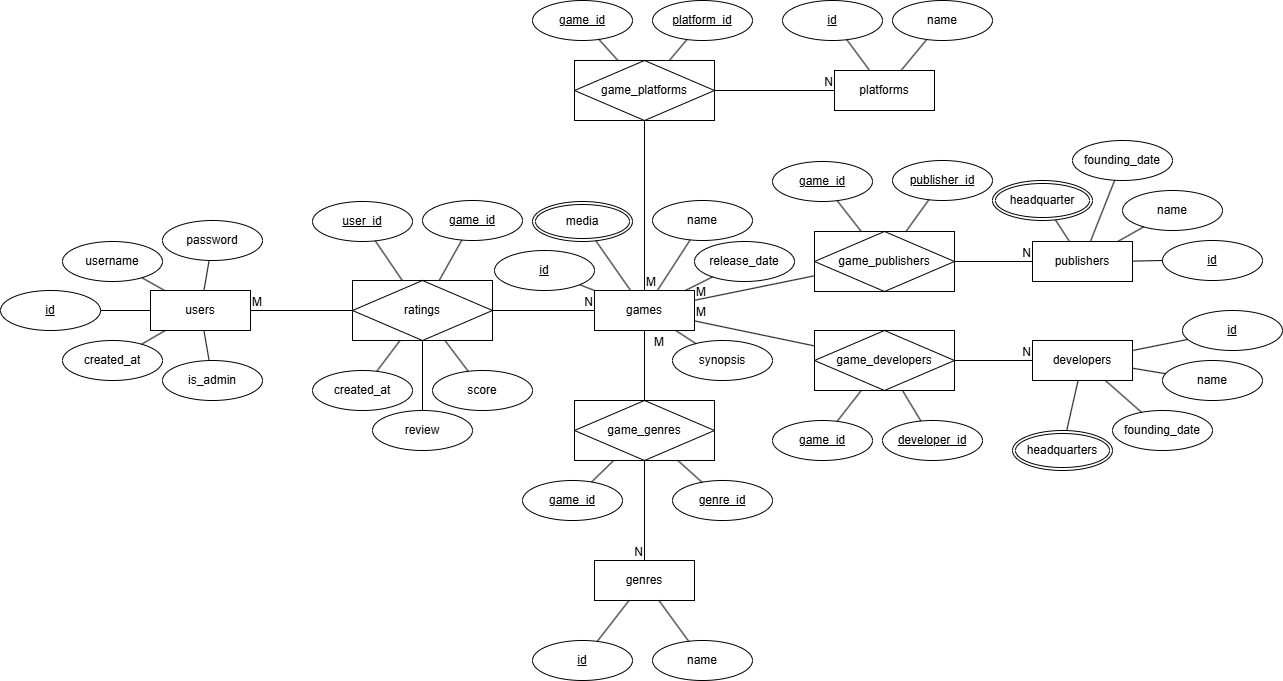
Above: docs/Entity Relationship Diagram.png in billdansr/sweet-potato (draw.io), before the change. Source tidied: cells renumbered, new cells last; positions are measured from the earlier drawing's top-left corner, leaving out a move shared by most shapes.
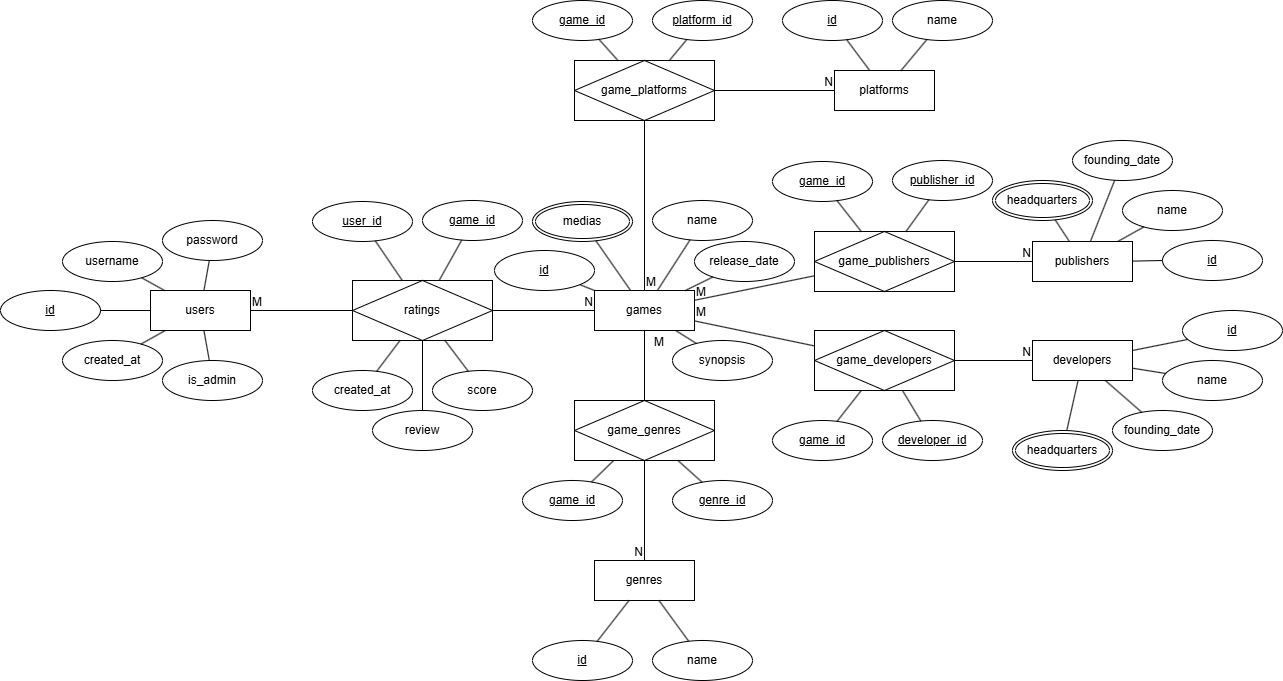
The same file after the commit.

The edit, as a diff of the source:
```diff
@@ -274,7 +274,7 @@
     <mxCell id="90" value="headquarters" style="ellipse;shape=doubleEllipse;margin=3;whiteSpace=wrap;html=1;align=center;" parent="1" vertex="1">
       <mxGeometry x="1012" y="430" width="100" height="40" as="geometry" />
     </mxCell>
-    <mxCell id="91" value="headquarter" style="ellipse;shape=doubleEllipse;margin=3;whiteSpace=wrap;html=1;align=center;" parent="1" vertex="1">
+    <mxCell id="91" value="headquarters" style="ellipse;shape=doubleEllipse;margin=3;whiteSpace=wrap;html=1;align=center;" parent="1" vertex="1">
       <mxGeometry x="992" y="180" width="100" height="40" as="geometry" />
     </mxCell>
     <mxCell id="92" value="game_plat&lt;span style=&quot;background-color: initial;&quot;&gt;forms&lt;/span&gt;" style="shape=associativeEntity;whiteSpace=wrap;html=1;align=center;" parent="1" vertex="1">
@@ -322,7 +322,7 @@
     <mxCell id="106" style="endArrow=none;html=1;rounded=0;" parent="1" edge="1" source="103" target="92">
       <mxGeometry relative="1" as="geometry" />
     </mxCell>
-    <mxCell id="107" value="media" style="ellipse;shape=doubleEllipse;margin=3;whiteSpace=wrap;html=1;align=center;" parent="1" vertex="1">
+    <mxCell id="107" value="medias" style="ellipse;shape=doubleEllipse;margin=3;whiteSpace=wrap;html=1;align=center;" parent="1" vertex="1">
       <mxGeometry x="532" y="201" width="100" height="40" as="geometry" />
     </mxCell>
     <mxCell id="108" style="endArrow=none;html=1;rounded=0;" parent="1" edge="1" source="107" target="3">
```
